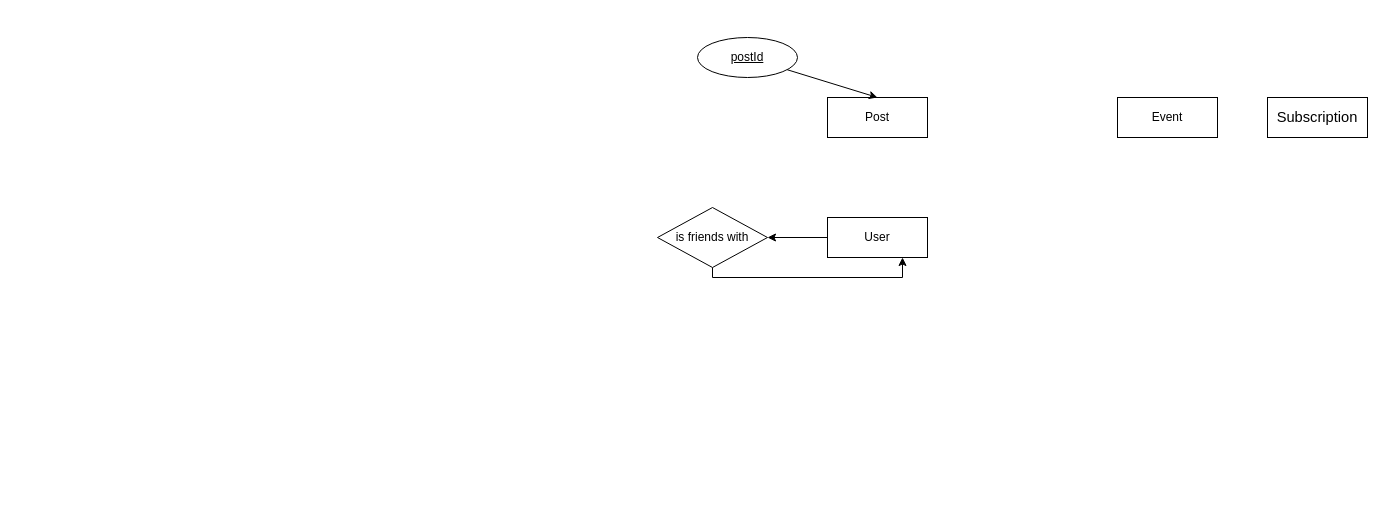
The draw.io diagram DD1368 Homework 1 ER.drawio in Alvinn8/DD1368, before the edit. Source tidied: cells renumbered, new cells numbered last; positions are measured from the earlier drawing's top-left corner, leaving out a move shared by most shapes. Both pictures are drawn from the tidied source at 100%, with x=0, y=0 at pixel (657, 37).
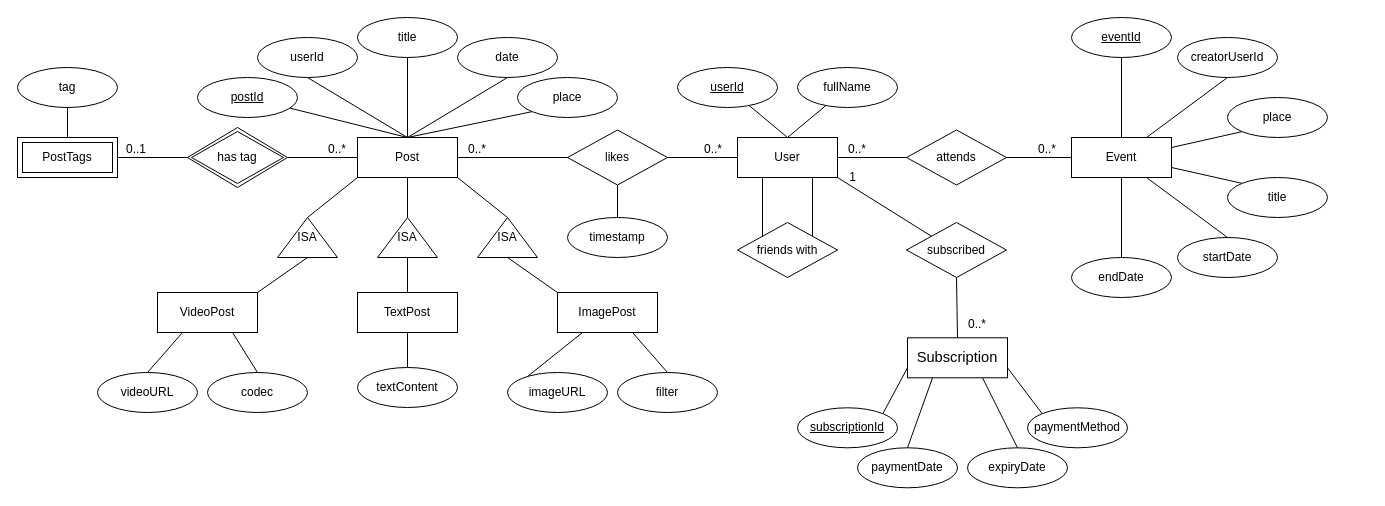
After the change.

Change to the diagram source:
```diff
@@
     <mxCell id="2" value="Post" style="whiteSpace=wrap;html=1;align=center;" parent="1" vertex="1">
-      <mxGeometry x="170" y="60" width="100" height="40" as="geometry" />
+      <mxGeometry x="-300" y="100" width="100" height="40" as="geometry" />
     </mxCell>
-    <mxCell id="3" style="edgeStyle=orthogonalEdgeStyle;rounded=0;jettySize=auto;html=1;" parent="1" edge="1" source="4" target="10">
+    <mxCell id="3" style="rounded=0;jettySize=auto;html=1;exitX=0.75;exitY=1;exitDx=0;exitDy=0;entryX=1;entryY=0;entryDx=0;entryDy=0;endArrow=none;endFill=0;" parent="1" edge="1" source="4" target="10">
       <mxGeometry relative="1" as="geometry" />
     </mxCell>
     <mxCell id="4" value="User" style="whiteSpace=wrap;html=1;align=center;" parent="1" vertex="1">
-      <mxGeometry x="170" y="180" width="100" height="40" as="geometry" />
+      <mxGeometry x="80" y="100" width="100" height="40" as="geometry" />
     </mxCell>
-    <mxCell id="5" value="Event" style="whiteSpace=wrap;html=1;align=center;" parent="1" vertex="1">
-      <mxGeometry x="460" y="60" width="100" height="40" as="geometry" />
-    </mxCell>
     <mxCell id="6" value="&lt;span id=&quot;docs-internal-guid-3fd6cfa4-7fff-0450-d13b-978bd1708c18&quot;&gt;&lt;span style=&quot;font-size: 11pt; font-family: Arial, sans-serif; background-color: transparent; font-variant-numeric: normal; font-variant-east-asian: normal; font-variant-alternates: normal; font-variant-position: normal; vertical-align: baseline; white-space-collapse: preserve;&quot;&gt;Subscription&lt;/span&gt;&lt;/span&gt;" style="whiteSpace=wrap;html=1;align=center;" parent="1" vertex="1">
-      <mxGeometry x="610" y="60" width="100" height="40" as="geometry" />
+      <mxGeometry x="250" y="300.3" width="100" height="40" as="geometry" />
     </mxCell>
-    <mxCell id="7" style="rounded=0;jettySize=auto;html=1;entryX=0.5;entryY=0;entryDx=0;entryDy=0;" parent="1" edge="1" source="8" target="2">
+    <mxCell id="7" style="rounded=0;jettySize=auto;html=1;entryX=0.5;entryY=0;entryDx=0;entryDy=0;endArrow=none;endFill=0;" parent="1" edge="1" source="8" target="2">
       <mxGeometry relative="1" as="geometry" />
     </mxCell>
     <mxCell id="8" value="postId" style="ellipse;whiteSpace=wrap;html=1;align=center;fontStyle=4;" parent="1" vertex="1">
-      <mxGeometry x="40" width="100" height="40" as="geometry" />
+      <mxGeometry x="-460" y="40" width="100" height="40" as="geometry" />
     </mxCell>
-    <mxCell id="9" style="edgeStyle=orthogonalEdgeStyle;rounded=0;jettySize=auto;html=1;entryX=0.75;entryY=1;entryDx=0;entryDy=0;" parent="1" edge="1" source="10" target="4">
-      <mxGeometry relative="1" as="geometry">
-        <Array as="points">
-          <mxPoint x="55" y="240" />
-          <mxPoint x="245" y="240" />
-        </Array>
-      </mxGeometry>
+    <mxCell id="9" style="rounded=0;jettySize=auto;html=1;exitX=0;exitY=0;exitDx=0;exitDy=0;entryX=0.25;entryY=1;entryDx=0;entryDy=0;endArrow=none;endFill=0;" parent="1" edge="1" source="10" target="4">
+      <mxGeometry relative="1" as="geometry" />
     </mxCell>
-    <mxCell id="10" value="is friends with" style="rhombus;whiteSpace=wrap;html=1;" parent="1" vertex="1">
-      <mxGeometry y="170" width="110" height="60" as="geometry" />
+    <mxCell id="10" value="friends with" style="rhombus;whiteSpace=wrap;html=1;" parent="1" vertex="1">
+      <mxGeometry x="80" y="185" width="100" height="55" as="geometry" />
     </mxCell>
+    <mxCell id="11" style="rounded=0;jettySize=auto;html=1;exitX=0.5;exitY=1;exitDx=0;exitDy=0;strokeColor=default;endArrow=none;endFill=0;" parent="1" edge="1" source="12">
+      <mxGeometry relative="1" as="geometry">
+        <mxPoint x="-250" y="100" as="targetPoint" />
+      </mxGeometry>
+    </mxCell>
+    <mxCell id="12" value="userId" style="ellipse;whiteSpace=wrap;html=1;align=center;fontStyle=0;" parent="1" vertex="1">
+      <mxGeometry x="-400" width="100" height="40" as="geometry" />
+    </mxCell>
+    <mxCell id="13" style="rounded=0;jettySize=auto;html=1;exitX=0.5;exitY=1;exitDx=0;exitDy=0;strokeColor=default;endArrow=none;endFill=0;" parent="1" edge="1" source="14">
+      <mxGeometry relative="1" as="geometry">
+        <mxPoint x="-250" y="100" as="targetPoint" />
+      </mxGeometry>
+    </mxCell>
+    <mxCell id="14" value="title" style="ellipse;whiteSpace=wrap;html=1;align=center;fontStyle=0;" parent="1" vertex="1">
+      <mxGeometry x="-300" y="-20" width="100" height="40" as="geometry" />
+    </mxCell>
+    <mxCell id="15" style="rounded=0;jettySize=auto;html=1;exitX=0.5;exitY=1;exitDx=0;exitDy=0;strokeColor=default;endArrow=none;endFill=0;" parent="1" edge="1" source="16">
+      <mxGeometry relative="1" as="geometry">
+        <mxPoint x="-250" y="100" as="targetPoint" />
+      </mxGeometry>
+    </mxCell>
+    <mxCell id="16" value="date" style="ellipse;whiteSpace=wrap;html=1;align=center;fontStyle=0;" parent="1" vertex="1">
+      <mxGeometry x="-200" width="100" height="40" as="geometry" />
+    </mxCell>
+    <mxCell id="17" style="rounded=0;jettySize=auto;html=1;exitX=0;exitY=1;exitDx=0;exitDy=0;strokeColor=default;endArrow=none;endFill=0;" parent="1" edge="1" source="18">
+      <mxGeometry relative="1" as="geometry">
+        <mxPoint x="-250" y="100" as="targetPoint" />
+      </mxGeometry>
+    </mxCell>
+    <mxCell id="18" value="place" style="ellipse;whiteSpace=wrap;html=1;align=center;fontStyle=0;" parent="1" vertex="1">
+      <mxGeometry x="-140" y="40" width="100" height="40" as="geometry" />
+    </mxCell>
+    <mxCell id="19" value="VideoPost" style="whiteSpace=wrap;html=1;align=center;" parent="1" vertex="1">
+      <mxGeometry x="-500" y="255" width="100" height="40" as="geometry" />
+    </mxCell>
+    <mxCell id="20" style="rounded=0;jettySize=auto;html=1;exitX=0.5;exitY=0;exitDx=0;exitDy=0;strokeColor=default;endArrow=none;endFill=0;entryX=0.25;entryY=1;entryDx=0;entryDy=0;" parent="1" edge="1" source="21" target="19">
+      <mxGeometry relative="1" as="geometry" />
+    </mxCell>
+    <mxCell id="21" value="videoURL" style="ellipse;whiteSpace=wrap;html=1;align=center;fontStyle=0;" parent="1" vertex="1">
+      <mxGeometry x="-560" y="335" width="100" height="40" as="geometry" />
+    </mxCell>
+    <mxCell id="22" style="rounded=0;jettySize=auto;html=1;strokeColor=default;endArrow=none;endFill=0;entryX=0.75;entryY=1;entryDx=0;entryDy=0;exitX=0.5;exitY=0;exitDx=0;exitDy=0;" parent="1" edge="1" source="23" target="19">
+      <mxGeometry relative="1" as="geometry" />
+    </mxCell>
+    <mxCell id="23" value="codec" style="ellipse;whiteSpace=wrap;html=1;align=center;fontStyle=0;" parent="1" vertex="1">
+      <mxGeometry x="-450" y="335" width="100" height="40" as="geometry" />
+    </mxCell>
+    <mxCell id="24" style="rounded=0;jettySize=auto;html=1;exitX=1;exitY=0.5;exitDx=0;exitDy=0;entryX=0;entryY=1;entryDx=0;entryDy=0;endArrow=none;endFill=0;" parent="1" edge="1" source="25" target="2">
+      <mxGeometry relative="1" as="geometry" />
+    </mxCell>
+    <mxCell id="25" value="ISA" style="triangle;whiteSpace=wrap;html=1;direction=north;" parent="1" vertex="1">
+      <mxGeometry x="-380" y="180" width="60" height="40" as="geometry" />
+    </mxCell>
+    <mxCell id="26" style="rounded=0;jettySize=auto;html=1;exitX=1;exitY=0;exitDx=0;exitDy=0;endArrow=none;endFill=0;entryX=0;entryY=0.5;entryDx=0;entryDy=0;" parent="1" edge="1" source="19" target="25">
+      <mxGeometry relative="1" as="geometry" />
+    </mxCell>
+    <mxCell id="27" style="rounded=0;jettySize=auto;html=1;exitX=0;exitY=0;exitDx=0;exitDy=0;entryX=0;entryY=0.5;entryDx=0;entryDy=0;endArrow=none;endFill=0;" parent="1" edge="1" source="28" target="34">
+      <mxGeometry relative="1" as="geometry" />
+    </mxCell>
+    <mxCell id="28" value="ImagePost" style="whiteSpace=wrap;html=1;align=center;" parent="1" vertex="1">
+      <mxGeometry x="-100" y="255" width="100" height="40" as="geometry" />
+    </mxCell>
+    <mxCell id="29" style="rounded=0;jettySize=auto;html=1;exitX=0;exitY=0.5;exitDx=0;exitDy=0;entryX=0.25;entryY=1;entryDx=0;entryDy=0;endArrow=none;endFill=0;" parent="1" edge="1" source="30" target="28">
+      <mxGeometry relative="1" as="geometry" />
+    </mxCell>
+    <mxCell id="30" value="imageURL" style="ellipse;whiteSpace=wrap;html=1;align=center;fontStyle=0;" parent="1" vertex="1">
+      <mxGeometry x="-150" y="335" width="100" height="40" as="geometry" />
+    </mxCell>
+    <mxCell id="31" style="rounded=0;jettySize=auto;html=1;exitX=0.5;exitY=0;exitDx=0;exitDy=0;entryX=0.75;entryY=1;entryDx=0;entryDy=0;endArrow=none;endFill=0;" parent="1" edge="1" source="32" target="28">
+      <mxGeometry relative="1" as="geometry" />
+    </mxCell>
+    <mxCell id="32" value="filter" style="ellipse;whiteSpace=wrap;html=1;align=center;fontStyle=0;" parent="1" vertex="1">
+      <mxGeometry x="-40" y="335" width="100" height="40" as="geometry" />
+    </mxCell>
+    <mxCell id="33" style="rounded=0;jettySize=auto;html=1;exitX=1;exitY=0.5;exitDx=0;exitDy=0;entryX=1;entryY=1;entryDx=0;entryDy=0;endArrow=none;endFill=0;" parent="1" edge="1" source="34" target="2">
+      <mxGeometry relative="1" as="geometry" />
+    </mxCell>
+    <mxCell id="34" value="ISA" style="triangle;whiteSpace=wrap;html=1;direction=north;" parent="1" vertex="1">
+      <mxGeometry x="-180" y="180" width="60" height="40" as="geometry" />
+    </mxCell>
+    <mxCell id="35" style="rounded=0;jettySize=auto;html=1;exitX=1;exitY=0.5;exitDx=0;exitDy=0;entryX=0.5;entryY=1;entryDx=0;entryDy=0;endArrow=none;endFill=0;" parent="1" edge="1" source="36" target="2">
+      <mxGeometry relative="1" as="geometry" />
+    </mxCell>
+    <mxCell id="36" value="ISA" style="triangle;whiteSpace=wrap;html=1;direction=north;" parent="1" vertex="1">
+      <mxGeometry x="-280" y="180" width="60" height="40" as="geometry" />
+    </mxCell>
+    <mxCell id="37" style="rounded=0;jettySize=auto;html=1;endArrow=none;endFill=0;entryX=0;entryY=0.5;entryDx=0;entryDy=0;exitX=0.5;exitY=0;exitDx=0;exitDy=0;" parent="1" edge="1" source="38" target="36">
+      <mxGeometry relative="1" as="geometry" />
+    </mxCell>
+    <mxCell id="38" value="TextPost" style="whiteSpace=wrap;html=1;align=center;" parent="1" vertex="1">
+      <mxGeometry x="-300" y="255" width="100" height="40" as="geometry" />
+    </mxCell>
+    <mxCell id="39" style="rounded=0;jettySize=auto;html=1;exitX=0.5;exitY=0;exitDx=0;exitDy=0;entryX=0.5;entryY=1;entryDx=0;entryDy=0;endArrow=none;endFill=0;" parent="1" edge="1" source="40" target="38">
+      <mxGeometry relative="1" as="geometry" />
+    </mxCell>
+    <mxCell id="40" value="textContent" style="ellipse;whiteSpace=wrap;html=1;align=center;fontStyle=0;" parent="1" vertex="1">
+      <mxGeometry x="-300" y="330" width="100" height="40" as="geometry" />
+    </mxCell>
+    <mxCell id="41" value="likes" style="rhombus;whiteSpace=wrap;html=1;" parent="1" vertex="1">
+      <mxGeometry x="-90" y="92.5" width="100" height="55" as="geometry" />
+    </mxCell>
+    <mxCell id="42" style="rounded=0;jettySize=auto;html=1;exitX=0.5;exitY=0;exitDx=0;exitDy=0;entryX=0.5;entryY=1;entryDx=0;entryDy=0;endArrow=none;endFill=0;" parent="1" edge="1" source="43" target="41">
+      <mxGeometry relative="1" as="geometry" />
+    </mxCell>
+    <mxCell id="43" value="timestamp" style="ellipse;whiteSpace=wrap;html=1;align=center;fontStyle=0;" parent="1" vertex="1">
+      <mxGeometry x="-90" y="180" width="100" height="40" as="geometry" />
+    </mxCell>
+    <mxCell id="44" style="rounded=0;jettySize=auto;html=1;entryX=0.5;entryY=0;entryDx=0;entryDy=0;endArrow=none;endFill=0;" parent="1" edge="1" source="45" target="4">
+      <mxGeometry relative="1" as="geometry" />
+    </mxCell>
+    <mxCell id="45" value="userId" style="ellipse;whiteSpace=wrap;html=1;align=center;fontStyle=4;" parent="1" vertex="1">
+      <mxGeometry x="20" y="30" width="100" height="40" as="geometry" />
+    </mxCell>
+    <mxCell id="46" style="rounded=0;jettySize=auto;html=1;entryX=0.5;entryY=0;entryDx=0;entryDy=0;endArrow=none;endFill=0;" parent="1" edge="1" source="47">
+      <mxGeometry relative="1" as="geometry">
+        <mxPoint x="130" y="100" as="targetPoint" />
+      </mxGeometry>
+    </mxCell>
+    <mxCell id="47" value="fullName" style="ellipse;whiteSpace=wrap;html=1;align=center;fontStyle=0;" parent="1" vertex="1">
+      <mxGeometry x="140" y="30" width="100" height="40" as="geometry" />
+    </mxCell>
+    <mxCell id="48" value="has tag" style="shape=rhombus;double=1;perimeter=rhombusPerimeter;whiteSpace=wrap;html=1;align=center;" parent="1" vertex="1">
+      <mxGeometry x="-470" y="90" width="100" height="60" as="geometry" />
+    </mxCell>
+    <mxCell id="49" value="PostTags" style="shape=ext;margin=3;double=1;whiteSpace=wrap;html=1;align=center;" parent="1" vertex="1">
+      <mxGeometry x="-640" y="100" width="100" height="40" as="geometry" />
+    </mxCell>
+    <mxCell id="50" style="rounded=0;jettySize=auto;html=1;exitX=0.5;exitY=1;exitDx=0;exitDy=0;entryX=0.5;entryY=0;entryDx=0;entryDy=0;endArrow=none;endFill=0;" parent="1" edge="1" source="51" target="49">
+      <mxGeometry relative="1" as="geometry" />
+    </mxCell>
+    <mxCell id="51" value="tag" style="ellipse;whiteSpace=wrap;html=1;align=center;fontStyle=0;" parent="1" vertex="1">
+      <mxGeometry x="-640" y="30" width="100" height="40" as="geometry" />
+    </mxCell>
+    <mxCell id="5" value="Event" style="whiteSpace=wrap;html=1;align=center;" parent="1" vertex="1">
+      <mxGeometry x="414" y="100" width="100" height="40" as="geometry" />
+    </mxCell>
+    <mxCell id="52" style="rounded=0;orthogonalLoop=1;jettySize=auto;html=1;exitX=0.5;exitY=1;exitDx=0;exitDy=0;strokeColor=default;endArrow=none;endFill=0;" parent="1" edge="1">
+      <mxGeometry relative="1" as="geometry">
+        <mxPoint x="464" y="20" as="sourcePoint" />
+        <mxPoint x="464" y="100" as="targetPoint" />
+      </mxGeometry>
+    </mxCell>
+    <mxCell id="53" value="eventId" style="ellipse;whiteSpace=wrap;html=1;align=center;fontStyle=4;" parent="1" vertex="1">
+      <mxGeometry x="414" y="-20" width="100" height="40" as="geometry" />
+    </mxCell>
+    <mxCell id="54" style="rounded=0;jettySize=auto;html=1;exitX=0.5;exitY=1;exitDx=0;exitDy=0;strokeColor=default;endArrow=none;endFill=0;entryX=0.75;entryY=0;entryDx=0;entryDy=0;" parent="1" edge="1" source="55" target="5">
+      <mxGeometry relative="1" as="geometry" />
+    </mxCell>
+    <mxCell id="55" value="creatorUserId" style="ellipse;whiteSpace=wrap;html=1;align=center;fontStyle=0;" parent="1" vertex="1">
+      <mxGeometry x="520" width="100" height="40" as="geometry" />
+    </mxCell>
+    <mxCell id="56" style="rounded=0;jettySize=auto;html=1;exitX=0;exitY=1;exitDx=0;exitDy=0;strokeColor=default;endArrow=none;endFill=0;entryX=1;entryY=0.25;entryDx=0;entryDy=0;" parent="1" edge="1" source="57" target="5">
+      <mxGeometry relative="1" as="geometry" />
+    </mxCell>
+    <mxCell id="57" value="place" style="ellipse;whiteSpace=wrap;html=1;align=center;fontStyle=0;" parent="1" vertex="1">
+      <mxGeometry x="570" y="60" width="100" height="40" as="geometry" />
+    </mxCell>
+    <mxCell id="58" style="rounded=0;jettySize=auto;html=1;exitX=0;exitY=0;exitDx=0;exitDy=0;strokeColor=default;endArrow=none;endFill=0;entryX=1;entryY=0.75;entryDx=0;entryDy=0;" parent="1" edge="1" source="59" target="5">
+      <mxGeometry relative="1" as="geometry" />
+    </mxCell>
+    <mxCell id="59" value="title" style="ellipse;whiteSpace=wrap;html=1;align=center;fontStyle=0;" parent="1" vertex="1">
+      <mxGeometry x="570" y="140" width="100" height="40" as="geometry" />
+    </mxCell>
+    <mxCell id="60" value="startDate" style="ellipse;whiteSpace=wrap;html=1;align=center;fontStyle=0;" parent="1" vertex="1">
+      <mxGeometry x="520" y="200" width="100" height="40" as="geometry" />
+    </mxCell>
+    <mxCell id="61" style="rounded=0;jettySize=auto;html=1;exitX=0.5;exitY=0;exitDx=0;exitDy=0;strokeColor=default;endArrow=none;endFill=0;entryX=0.75;entryY=1;entryDx=0;entryDy=0;" parent="1" edge="1" source="60" target="5">
+      <mxGeometry relative="1" as="geometry" />
+    </mxCell>
+    <mxCell id="62" style="rounded=0;jettySize=auto;html=1;exitX=0.5;exitY=0;exitDx=0;exitDy=0;strokeColor=default;endArrow=none;endFill=0;entryX=0.5;entryY=1;entryDx=0;entryDy=0;" parent="1" edge="1" source="63" target="5">
+      <mxGeometry relative="1" as="geometry" />
+    </mxCell>
+    <mxCell id="63" value="endDate" style="ellipse;whiteSpace=wrap;html=1;align=center;fontStyle=0;" parent="1" vertex="1">
+      <mxGeometry x="414" y="220" width="100" height="40" as="geometry" />
+    </mxCell>
+    <mxCell id="64" value="attends" style="rhombus;whiteSpace=wrap;html=1;" parent="1" vertex="1">
+      <mxGeometry x="249" y="92.5" width="100" height="55" as="geometry" />
+    </mxCell>
+    <mxCell id="65" value="subscriptionId" style="ellipse;whiteSpace=wrap;html=1;align=center;fontStyle=4;" parent="1" vertex="1">
+      <mxGeometry x="140" y="370.3" width="100" height="40" as="geometry" />
+    </mxCell>
+    <mxCell id="66" style="rounded=0;jettySize=auto;html=1;exitX=1;exitY=0;exitDx=0;exitDy=0;strokeColor=default;endArrow=none;endFill=0;entryX=0;entryY=0.75;entryDx=0;entryDy=0;" parent="1" edge="1" source="65" target="6">
+      <mxGeometry relative="1" as="geometry" />
+    </mxCell>
+    <mxCell id="67" value="paymentDate" style="ellipse;whiteSpace=wrap;html=1;align=center;fontStyle=0;" parent="1" vertex="1">
+      <mxGeometry x="200" y="410.3" width="100" height="40" as="geometry" />
+    </mxCell>
+    <mxCell id="68" style="rounded=0;jettySize=auto;html=1;exitX=0.5;exitY=0;exitDx=0;exitDy=0;strokeColor=default;endArrow=none;endFill=0;entryX=0.25;entryY=1;entryDx=0;entryDy=0;" parent="1" edge="1" source="67" target="6">
+      <mxGeometry relative="1" as="geometry" />
+    </mxCell>
+    <mxCell id="69" value="expiryDate" style="ellipse;whiteSpace=wrap;html=1;align=center;fontStyle=0;" parent="1" vertex="1">
+      <mxGeometry x="310" y="410.3" width="100" height="40" as="geometry" />
+    </mxCell>
+    <mxCell id="70" style="rounded=0;jettySize=auto;html=1;exitX=0.5;exitY=0;exitDx=0;exitDy=0;strokeColor=default;endArrow=none;endFill=0;entryX=0.75;entryY=1;entryDx=0;entryDy=0;" parent="1" edge="1" source="69" target="6">
+      <mxGeometry relative="1" as="geometry" />
+    </mxCell>
+    <mxCell id="71" value="paymentMethod" style="ellipse;whiteSpace=wrap;html=1;align=center;fontStyle=0;" parent="1" vertex="1">
+      <mxGeometry x="370" y="370.3" width="100" height="40" as="geometry" />
+    </mxCell>
+    <mxCell id="72" style="rounded=0;jettySize=auto;html=1;exitX=0;exitY=0;exitDx=0;exitDy=0;strokeColor=default;endArrow=none;endFill=0;entryX=1;entryY=0.75;entryDx=0;entryDy=0;" parent="1" edge="1" source="71" target="6">
+      <mxGeometry relative="1" as="geometry" />
+    </mxCell>
+    <mxCell id="73" value="subscribed" style="rhombus;whiteSpace=wrap;html=1;" parent="1" vertex="1">
+      <mxGeometry x="249" y="185" width="100" height="55" as="geometry" />
+    </mxCell>
+    <mxCell id="74" style="endArrow=none;html=1;rounded=0;entryX=1;entryY=0.5;entryDx=0;entryDy=0;exitX=0;exitY=0.5;exitDx=0;exitDy=0;" parent="1" edge="1" source="64" target="4">
+      <mxGeometry relative="1" as="geometry" />
+    </mxCell>
+    <mxCell id="75" value="0..*" style="html=1;whiteSpace=wrap;align=right;verticalAlign=bottom;" parent="74" vertex="1">
+      <mxGeometry x="1" relative="1" as="geometry">
+        <mxPoint x="30" as="offset" />
+      </mxGeometry>
+    </mxCell>
+    <mxCell id="76" style="endArrow=none;html=1;rounded=0;entryX=0;entryY=0.5;entryDx=0;entryDy=0;exitX=1;exitY=0.5;exitDx=0;exitDy=0;" parent="1" edge="1" source="64" target="5">
+      <mxGeometry relative="1" as="geometry" />
+    </mxCell>
+    <mxCell id="77" value="0..*" style="html=1;whiteSpace=wrap;align=right;verticalAlign=bottom;" parent="76" vertex="1">
+      <mxGeometry x="1" relative="1" as="geometry">
+        <mxPoint x="-14" as="offset" />
+      </mxGeometry>
+    </mxCell>
+    <mxCell id="78" style="endArrow=none;html=1;rounded=0;entryX=1;entryY=0.5;entryDx=0;entryDy=0;exitX=0;exitY=0.5;exitDx=0;exitDy=0;" parent="1" edge="1" source="41" target="2">
+      <mxGeometry relative="1" as="geometry" />
+    </mxCell>
+    <mxCell id="79" value="0..*" style="html=1;whiteSpace=wrap;align=right;verticalAlign=bottom;" parent="78" vertex="1">
+      <mxGeometry x="1" relative="1" as="geometry">
+        <mxPoint x="30" as="offset" />
+      </mxGeometry>
+    </mxCell>
+    <mxCell id="80" style="endArrow=none;html=1;rounded=0;entryX=0;entryY=0.5;entryDx=0;entryDy=0;exitX=1;exitY=0.5;exitDx=0;exitDy=0;" parent="1" edge="1" source="41" target="4">
+      <mxGeometry relative="1" as="geometry" />
+    </mxCell>
+    <mxCell id="81" value="0..*" style="html=1;whiteSpace=wrap;align=right;verticalAlign=bottom;" parent="80" vertex="1">
+      <mxGeometry x="1" relative="1" as="geometry">
+        <mxPoint x="-14" as="offset" />
+      </mxGeometry>
+    </mxCell>
+    <mxCell id="82" style="endArrow=none;html=1;rounded=0;entryX=1;entryY=1;entryDx=0;entryDy=0;exitX=0;exitY=0;exitDx=0;exitDy=0;" parent="1" edge="1" source="73" target="4">
+      <mxGeometry relative="1" as="geometry" />
+    </mxCell>
+    <mxCell id="83" value="1" style="html=1;whiteSpace=wrap;align=right;verticalAlign=bottom;" parent="82" vertex="1">
+      <mxGeometry x="1" relative="1" as="geometry">
+        <mxPoint x="20" y="8" as="offset" />
+      </mxGeometry>
+    </mxCell>
+    <mxCell id="84" style="endArrow=none;html=1;rounded=0;entryX=0.5;entryY=0;entryDx=0;entryDy=0;exitX=0.5;exitY=1;exitDx=0;exitDy=0;" parent="1" edge="1" source="73" target="6">
+      <mxGeometry relative="1" as="geometry" />
+    </mxCell>
+    <mxCell id="85" value="0..*" style="html=1;whiteSpace=wrap;align=right;verticalAlign=bottom;" parent="84" vertex="1">
+      <mxGeometry x="1" relative="1" as="geometry">
+        <mxPoint x="30" y="-5" as="offset" />
+      </mxGeometry>
+    </mxCell>
+    <mxCell id="86" style="endArrow=none;html=1;rounded=0;entryX=1;entryY=0.5;entryDx=0;entryDy=0;exitX=0;exitY=0.5;exitDx=0;exitDy=0;" parent="1" edge="1" source="48" target="49">
+      <mxGeometry relative="1" as="geometry" />
+    </mxCell>
+    <mxCell id="87" value="0..1" style="html=1;whiteSpace=wrap;align=right;verticalAlign=bottom;" parent="86" vertex="1">
+      <mxGeometry x="1" relative="1" as="geometry">
+        <mxPoint x="30" as="offset" />
+      </mxGeometry>
+    </mxCell>
+    <mxCell id="88" style="endArrow=none;html=1;rounded=0;entryX=1;entryY=0.5;entryDx=0;entryDy=0;exitX=0;exitY=0.5;exitDx=0;exitDy=0;" parent="1" edge="1" source="2" target="48">
+      <mxGeometry relative="1" as="geometry" />
+    </mxCell>
+    <mxCell id="89" value="0..*" style="html=1;whiteSpace=wrap;align=right;verticalAlign=bottom;" parent="88" vertex="1">
+      <mxGeometry x="1" relative="1" as="geometry">
+        <mxPoint x="60" as="offset" />
+      </mxGeometry>
+    </mxCell>
```
